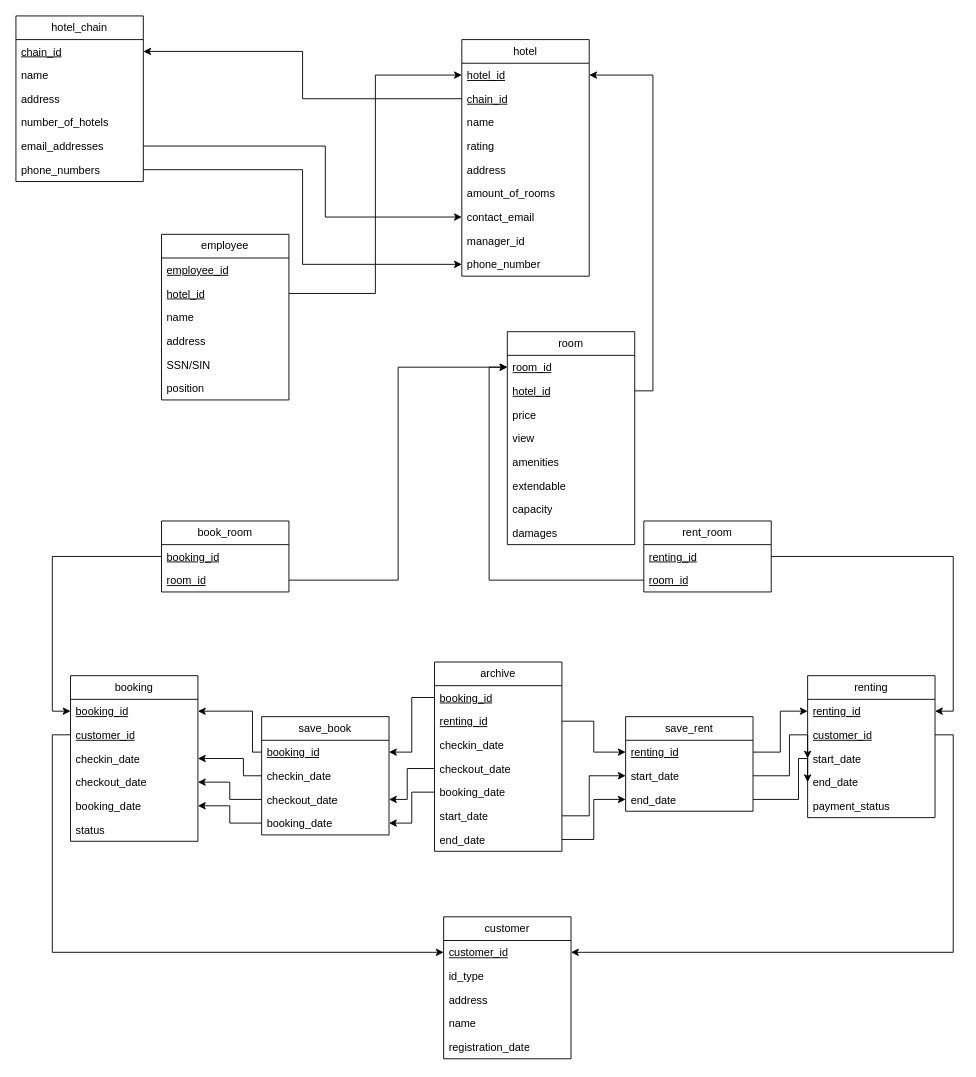
This is CSI2132_Schema.drawio from AlecBaz/CSI2132-Project, a draw.io file, before an edit. Source tidied: cells renumbered, new cells numbered last; positions are measured from the earlier drawing's top-left corner, leaving out a move shared by most shapes. Both pictures are drawn from the tidied source at 91%, with x=0, y=0 at pixel (15, 15).
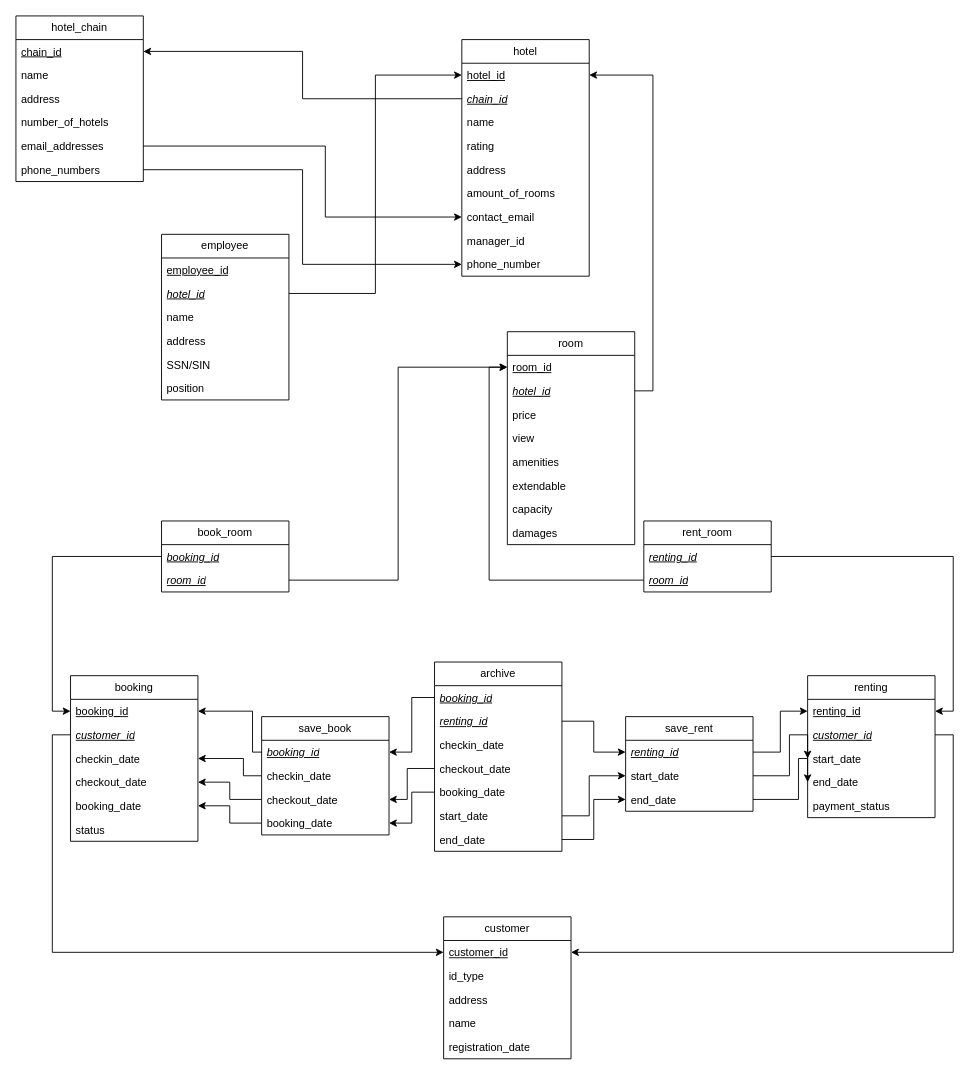
After the change.

Commit message:
Italicized Foreign Keys on Schema

The change refers to these unchanged cells:
```xml
<mxCell id="9" value="hotel" style="swimlane;fontStyle=0;horizontal=1;startSize=26;fillColor=none;whiteSpace=wrap;html=1;" parent="1" vertex="1">
  <mxGeometry x="490" y="26" width="140" height="260" as="geometry" />
</mxCell>
<mxCell id="19" value="employee" style="swimlane;fontStyle=0;horizontal=1;startSize=26;fillColor=none;whiteSpace=wrap;html=1;" parent="1" vertex="1">
  <mxGeometry x="160" y="240" width="140" height="182" as="geometry" />
</mxCell>
<mxCell id="26" value="room" style="swimlane;fontStyle=0;horizontal=1;startSize=26;fillColor=none;whiteSpace=wrap;html=1;" parent="1" vertex="1">
  <mxGeometry x="540" y="347" width="140" height="234" as="geometry" />
</mxCell>
<mxCell id="41" value="archive" style="swimlane;fontStyle=0;horizontal=1;startSize=26;fillColor=none;whiteSpace=wrap;html=1;" parent="1" vertex="1">
  <mxGeometry x="460" y="710" width="140" height="208" as="geometry" />
</mxCell>
<mxCell id="49" value="booking" style="swimlane;fontStyle=0;horizontal=1;startSize=26;fillColor=none;whiteSpace=wrap;html=1;" parent="1" vertex="1">
  <mxGeometry x="60" y="725" width="140" height="182" as="geometry" />
</mxCell>
<mxCell id="56" value="renting" style="swimlane;fontStyle=0;horizontal=1;startSize=26;fillColor=none;whiteSpace=wrap;html=1;" parent="1" vertex="1">
  <mxGeometry x="870" y="725" width="140" height="156" as="geometry" />
</mxCell>
<mxCell id="62" value="book_room" style="swimlane;fontStyle=0;horizontal=1;startSize=26;fillColor=none;whiteSpace=wrap;html=1;" parent="1" vertex="1">
  <mxGeometry x="160" y="555" width="140" height="78" as="geometry" />
</mxCell>
<mxCell id="65" value="rent_room" style="swimlane;fontStyle=0;horizontal=1;startSize=26;fillColor=none;whiteSpace=wrap;html=1;" parent="1" vertex="1">
  <mxGeometry x="690" y="555" width="140" height="78" as="geometry" />
</mxCell>
<mxCell id="72" value="save_book" style="swimlane;fontStyle=0;horizontal=1;startSize=26;fillColor=none;whiteSpace=wrap;html=1;" parent="1" vertex="1">
  <mxGeometry x="270" y="770" width="140" height="130" as="geometry" />
</mxCell>
<mxCell id="77" value="save_rent" style="swimlane;fontStyle=0;horizontal=1;startSize=26;fillColor=none;whiteSpace=wrap;html=1;" parent="1" vertex="1">
  <mxGeometry x="670" y="770" width="140" height="104" as="geometry" />
</mxCell>
```

What changed in the source:
```diff
@@
-    <mxCell id="11" value="&lt;u&gt;chain_id&lt;/u&gt;" style="text;strokeColor=none;fillColor=none;align=left;verticalAlign=top;spacingLeft=4;spacingRight=4;overflow=hidden;points=[[0,0.5],[1,0.5]];portConstraint=eastwest;whiteSpace=wrap;html=1;" parent="9" vertex="1">
+    <mxCell id="11" value="&lt;u&gt;chain_id&lt;/u&gt;" style="text;strokeColor=none;fillColor=none;align=left;verticalAlign=top;spacingLeft=4;spacingRight=4;overflow=hidden;points=[[0,0.5],[1,0.5]];portConstraint=eastwest;whiteSpace=wrap;html=1;fontStyle=2;" parent="9" vertex="1">
       <mxGeometry y="52" width="140" height="26" as="geometry" />
     </mxCell>
@@
-    <mxCell id="21" value="&lt;u&gt;hotel_id&lt;/u&gt;" style="text;strokeColor=none;fillColor=none;align=left;verticalAlign=top;spacingLeft=4;spacingRight=4;overflow=hidden;points=[[0,0.5],[1,0.5]];portConstraint=eastwest;whiteSpace=wrap;html=1;" parent="19" vertex="1">
+    <mxCell id="21" value="&lt;u&gt;hotel_id&lt;/u&gt;" style="text;strokeColor=none;fillColor=none;align=left;verticalAlign=top;spacingLeft=4;spacingRight=4;overflow=hidden;points=[[0,0.5],[1,0.5]];portConstraint=eastwest;whiteSpace=wrap;html=1;fontStyle=2;" parent="19" vertex="1">
       <mxGeometry y="52" width="140" height="26" as="geometry" />
     </mxCell>
@@
-    <mxCell id="28" value="&lt;u&gt;hotel_id&lt;/u&gt;" style="text;strokeColor=none;fillColor=none;align=left;verticalAlign=top;spacingLeft=4;spacingRight=4;overflow=hidden;points=[[0,0.5],[1,0.5]];portConstraint=eastwest;whiteSpace=wrap;html=1;" parent="26" vertex="1">
+    <mxCell id="28" value="&lt;u&gt;hotel_id&lt;/u&gt;" style="text;strokeColor=none;fillColor=none;align=left;verticalAlign=top;spacingLeft=4;spacingRight=4;overflow=hidden;points=[[0,0.5],[1,0.5]];portConstraint=eastwest;whiteSpace=wrap;html=1;fontStyle=2;" parent="26" vertex="1">
       <mxGeometry y="52" width="140" height="26" as="geometry" />
     </mxCell>
@@
-    <mxCell id="42" value="booking_id" style="text;strokeColor=none;fillColor=none;align=left;verticalAlign=top;spacingLeft=4;spacingRight=4;overflow=hidden;points=[[0,0.5],[1,0.5]];portConstraint=eastwest;whiteSpace=wrap;html=1;fontStyle=4;" parent="41" vertex="1">
+    <mxCell id="42" value="booking_id" style="text;strokeColor=none;fillColor=none;align=left;verticalAlign=top;spacingLeft=4;spacingRight=4;overflow=hidden;points=[[0,0.5],[1,0.5]];portConstraint=eastwest;whiteSpace=wrap;html=1;fontStyle=6;" parent="41" vertex="1">
       <mxGeometry y="26" width="140" height="26" as="geometry" />
     </mxCell>
-    <mxCell id="43" value="renting_id" style="text;strokeColor=none;fillColor=none;align=left;verticalAlign=top;spacingLeft=4;spacingRight=4;overflow=hidden;points=[[0,0.5],[1,0.5]];portConstraint=eastwest;whiteSpace=wrap;html=1;fontStyle=4;" parent="41" vertex="1">
+    <mxCell id="43" value="renting_id" style="text;strokeColor=none;fillColor=none;align=left;verticalAlign=top;spacingLeft=4;spacingRight=4;overflow=hidden;points=[[0,0.5],[1,0.5]];portConstraint=eastwest;whiteSpace=wrap;html=1;fontStyle=6;" parent="41" vertex="1">
       <mxGeometry y="52" width="140" height="26" as="geometry" />
     </mxCell>
@@
-    <mxCell id="51" value="&lt;u&gt;customer_id&lt;/u&gt;" style="text;strokeColor=none;fillColor=none;align=left;verticalAlign=top;spacingLeft=4;spacingRight=4;overflow=hidden;points=[[0,0.5],[1,0.5]];portConstraint=eastwest;whiteSpace=wrap;html=1;" parent="49" vertex="1">
+    <mxCell id="51" value="&lt;u&gt;customer_id&lt;/u&gt;" style="text;strokeColor=none;fillColor=none;align=left;verticalAlign=top;spacingLeft=4;spacingRight=4;overflow=hidden;points=[[0,0.5],[1,0.5]];portConstraint=eastwest;whiteSpace=wrap;html=1;fontStyle=2;" parent="49" vertex="1">
       <mxGeometry y="52" width="140" height="26" as="geometry" />
     </mxCell>
@@
-    <mxCell id="58" value="&lt;u&gt;customer_id&lt;/u&gt;" style="text;strokeColor=none;fillColor=none;align=left;verticalAlign=top;spacingLeft=4;spacingRight=4;overflow=hidden;points=[[0,0.5],[1,0.5]];portConstraint=eastwest;whiteSpace=wrap;html=1;" parent="56" vertex="1">
+    <mxCell id="58" value="&lt;u&gt;customer_id&lt;/u&gt;" style="text;strokeColor=none;fillColor=none;align=left;verticalAlign=top;spacingLeft=4;spacingRight=4;overflow=hidden;points=[[0,0.5],[1,0.5]];portConstraint=eastwest;whiteSpace=wrap;html=1;fontStyle=2;" parent="56" vertex="1">
       <mxGeometry y="52" width="140" height="26" as="geometry" />
     </mxCell>
@@
-    <mxCell id="63" value="&lt;u&gt;booking_id&lt;/u&gt;" style="text;strokeColor=none;fillColor=none;align=left;verticalAlign=top;spacingLeft=4;spacingRight=4;overflow=hidden;points=[[0,0.5],[1,0.5]];portConstraint=eastwest;whiteSpace=wrap;html=1;" parent="62" vertex="1">
+    <mxCell id="63" value="&lt;u&gt;booking_id&lt;/u&gt;" style="text;strokeColor=none;fillColor=none;align=left;verticalAlign=top;spacingLeft=4;spacingRight=4;overflow=hidden;points=[[0,0.5],[1,0.5]];portConstraint=eastwest;whiteSpace=wrap;html=1;fontStyle=2;" parent="62" vertex="1">
       <mxGeometry y="26" width="140" height="26" as="geometry" />
     </mxCell>
-    <mxCell id="64" value="&lt;u&gt;room_id&lt;/u&gt;" style="text;strokeColor=none;fillColor=none;align=left;verticalAlign=top;spacingLeft=4;spacingRight=4;overflow=hidden;points=[[0,0.5],[1,0.5]];portConstraint=eastwest;whiteSpace=wrap;html=1;" parent="62" vertex="1">
+    <mxCell id="64" value="&lt;u&gt;room_id&lt;/u&gt;" style="text;strokeColor=none;fillColor=none;align=left;verticalAlign=top;spacingLeft=4;spacingRight=4;overflow=hidden;points=[[0,0.5],[1,0.5]];portConstraint=eastwest;whiteSpace=wrap;html=1;fontStyle=2;" parent="62" vertex="1">
       <mxGeometry y="52" width="140" height="26" as="geometry" />
     </mxCell>
@@
-    <mxCell id="66" value="&lt;div&gt;&lt;u&gt;renting_id&lt;/u&gt;&lt;/div&gt;" style="text;strokeColor=none;fillColor=none;align=left;verticalAlign=top;spacingLeft=4;spacingRight=4;overflow=hidden;points=[[0,0.5],[1,0.5]];portConstraint=eastwest;whiteSpace=wrap;html=1;" parent="65" vertex="1">
+    <mxCell id="66" value="&lt;div&gt;&lt;u&gt;renting_id&lt;/u&gt;&lt;/div&gt;" style="text;strokeColor=none;fillColor=none;align=left;verticalAlign=top;spacingLeft=4;spacingRight=4;overflow=hidden;points=[[0,0.5],[1,0.5]];portConstraint=eastwest;whiteSpace=wrap;html=1;fontStyle=2;" parent="65" vertex="1">
       <mxGeometry y="26" width="140" height="26" as="geometry" />
     </mxCell>
-    <mxCell id="67" value="&lt;u&gt;room_id&lt;/u&gt;" style="text;strokeColor=none;fillColor=none;align=left;verticalAlign=top;spacingLeft=4;spacingRight=4;overflow=hidden;points=[[0,0.5],[1,0.5]];portConstraint=eastwest;whiteSpace=wrap;html=1;" parent="65" vertex="1">
+    <mxCell id="67" value="&lt;u&gt;room_id&lt;/u&gt;" style="text;strokeColor=none;fillColor=none;align=left;verticalAlign=top;spacingLeft=4;spacingRight=4;overflow=hidden;points=[[0,0.5],[1,0.5]];portConstraint=eastwest;whiteSpace=wrap;html=1;fontStyle=2;" parent="65" vertex="1">
       <mxGeometry y="52" width="140" height="26" as="geometry" />
     </mxCell>
@@
-    <mxCell id="73" value="booking_id" style="text;strokeColor=none;fillColor=none;align=left;verticalAlign=top;spacingLeft=4;spacingRight=4;overflow=hidden;points=[[0,0.5],[1,0.5]];portConstraint=eastwest;whiteSpace=wrap;html=1;fontStyle=4;" parent="72" vertex="1">
+    <mxCell id="73" value="booking_id" style="text;strokeColor=none;fillColor=none;align=left;verticalAlign=top;spacingLeft=4;spacingRight=4;overflow=hidden;points=[[0,0.5],[1,0.5]];portConstraint=eastwest;whiteSpace=wrap;html=1;fontStyle=6;" parent="72" vertex="1">
       <mxGeometry y="26" width="140" height="26" as="geometry" />
     </mxCell>
@@
-    <mxCell id="78" value="renting_id" style="text;strokeColor=none;fillColor=none;align=left;verticalAlign=top;spacingLeft=4;spacingRight=4;overflow=hidden;points=[[0,0.5],[1,0.5]];portConstraint=eastwest;whiteSpace=wrap;html=1;fontStyle=4;" parent="77" vertex="1">
+    <mxCell id="78" value="renting_id" style="text;strokeColor=none;fillColor=none;align=left;verticalAlign=top;spacingLeft=4;spacingRight=4;overflow=hidden;points=[[0,0.5],[1,0.5]];portConstraint=eastwest;whiteSpace=wrap;html=1;fontStyle=6;" parent="77" vertex="1">
       <mxGeometry y="26" width="140" height="26" as="geometry" />
     </mxCell>
```
